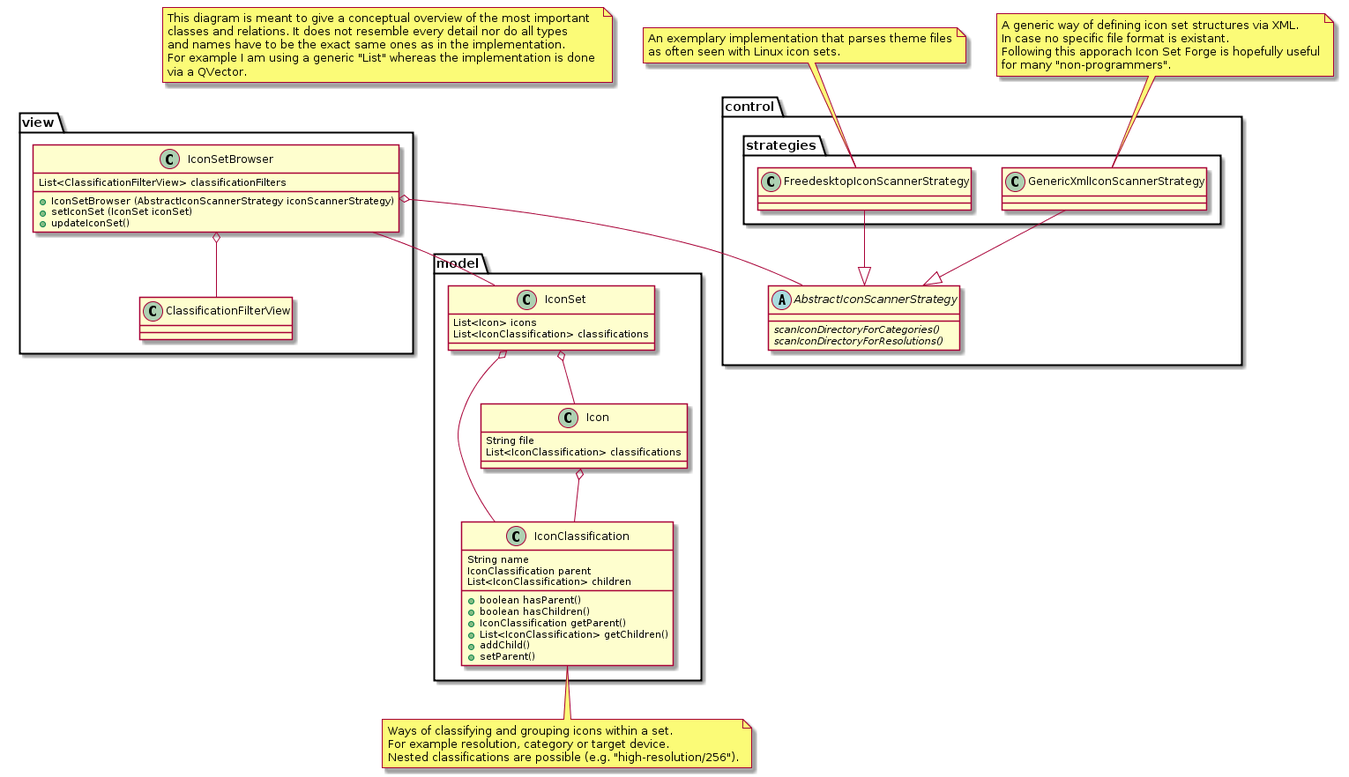
Earlier version of the PlantUML export Concept/classes.png (Manuel-Kehl/Icon-Set-Forge).
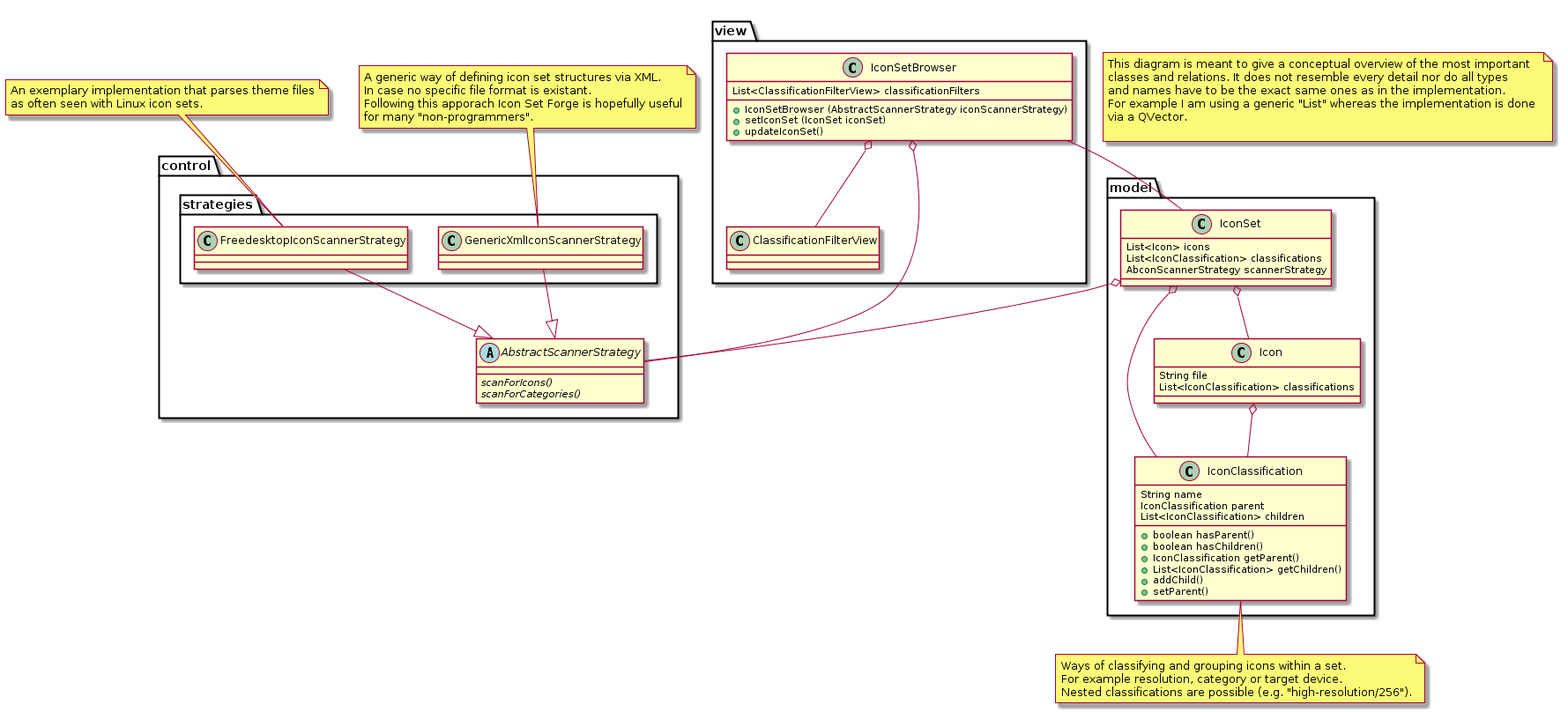
The same diagram one commit later.

Commit message:
IconSet has an Attribute that defines its ScannerStrategy.

What changed in the source:
```diff
@@ -6,16 +6,17 @@
 and names have to be the exact same ones as in the implementation.
 For example I am using a generic "List" whereas the implementation is done
 via a QVector.
+
 end note
 
 package control {
-	abstract class AbstractIconScannerStrategy {
-		{abstract} + scanIconDirectoryForCategories()
-		{abstract} + scanIconDirectoryForResolutions()
+	abstract class AbstractScannerStrategy {
+		{abstract} + scanForIcons()
+		{abstract} + scanForCategories()
 	}
 	package strategies {
-		class FreedesktopIconScannerStrategy --|> AbstractIconScannerStrategy
-		class GenericXmlIconScannerStrategy --|> AbstractIconScannerStrategy
+		class FreedesktopIconScannerStrategy --|> AbstractScannerStrategy
+		class GenericXmlIconScannerStrategy --|> AbstractScannerStrategy
 	}
 }
 
@@ -24,7 +25,7 @@
 
 	class IconSetBrowser {
 		List<ClassificationFilterView> classificationFilters
-		+ IconSetBrowser (AbstractIconScannerStrategy iconScannerStrategy)
+		+ IconSetBrowser (AbstractScannerStrategy iconScannerStrategy)
 		+ setIconSet (IconSet iconSet)
 		+ updateIconSet()
 	}
@@ -46,6 +47,7 @@
 	class IconSet {
 		List<Icon> icons
 		List<IconClassification> classifications
+		AbconScannerStrategy scannerStrategy
 	}
 
 	class Icon {
@@ -54,12 +56,13 @@
 	}
 }
 
-IconSetBrowser o-- AbstractIconScannerStrategy
+IconSetBrowser o-- AbstractScannerStrategy
 IconSetBrowser o-- ClassificationFilterView
 
 Icon o-- IconClassification
 IconSet o-- Icon
 IconSet o-- IconClassification
+IconSet o- AbstractScannerStrategy
 
 IconSetBrowser -- IconSet
 
```
